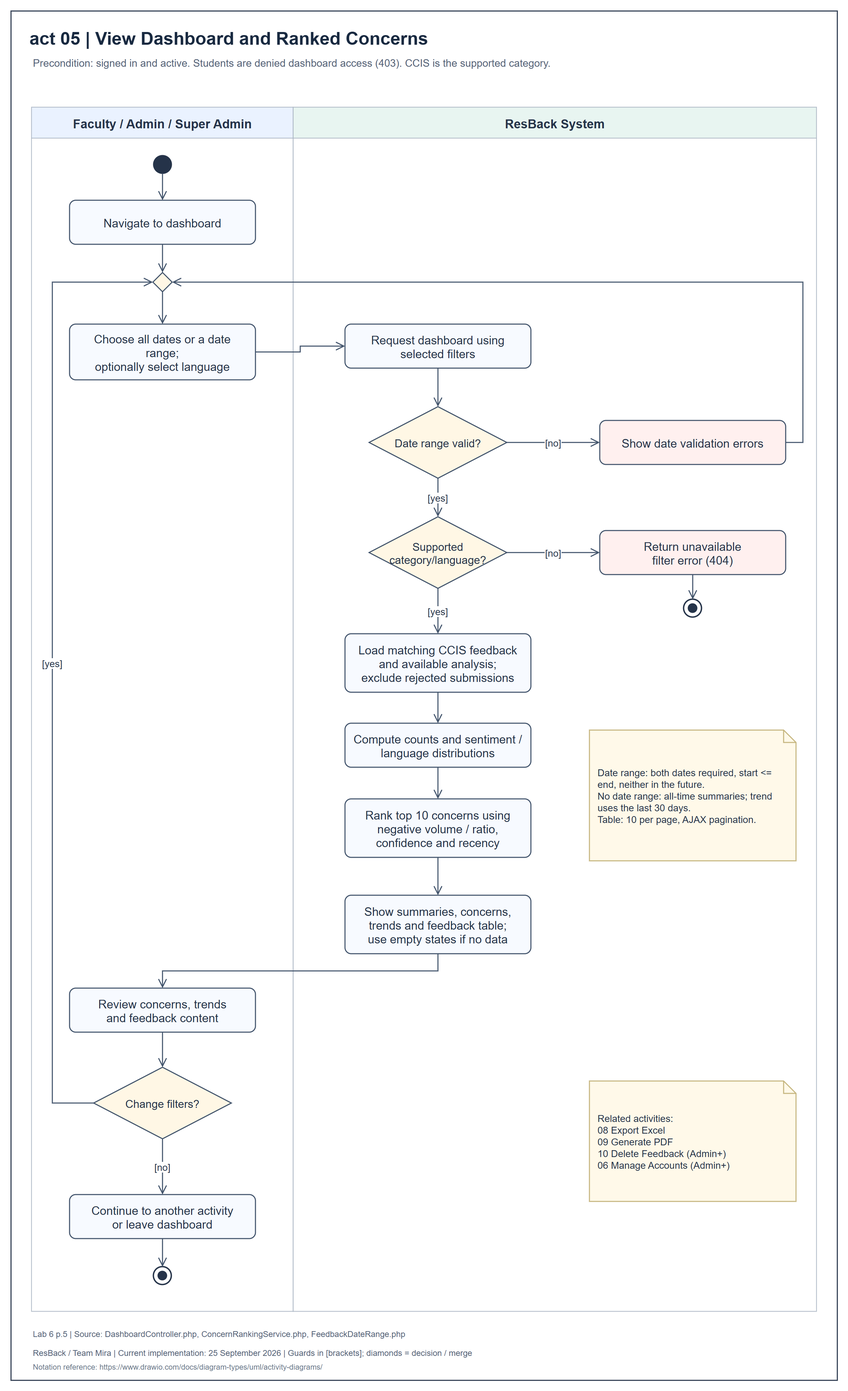
Earlier version of the draw.io export diagrams/activity/png/05-view-dashboard-and-ranked-concerns.png (Joshua12393/resback-system). Source tidied: cells renumbered, new cells last; positions are measured from the earlier drawing's top-left corner, leaving out a move shared by most shapes.
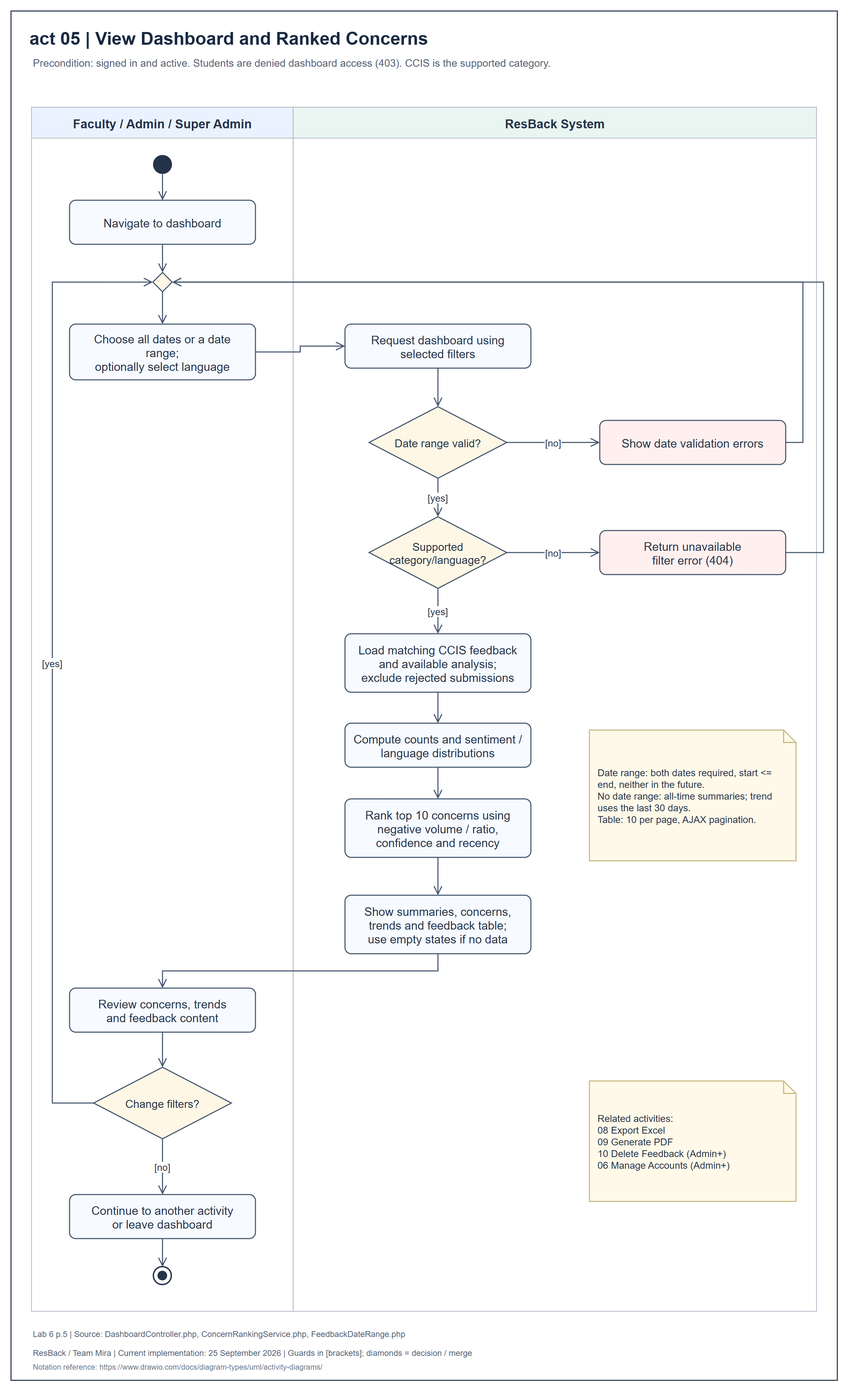
The same diagram one commit later.

What changed in the source:
```diff
@@ -53,12 +53,6 @@
     <mxCell id="18" value="Return unavailable&#10;filter error (404)" style="fontFamily=Arial;html=0;fontColor=#253349;whiteSpace=wrap;align=center;verticalAlign=middle;spacing=8;fontSize=17;strokeColor=#40526a;strokeWidth=1.5;rounded=1;arcSize=18;absoluteArcSize=1;fillColor=#fff0ef;" parent="6" vertex="1">
       <mxGeometry x="445" y="615" width="270" height="64" as="geometry" />
     </mxCell>
-    <mxCell id="19" style="fontFamily=Arial;html=0;fontColor=#253349;whiteSpace=wrap;align=center;verticalAlign=middle;spacing=8;fontSize=17;strokeColor=#40526a;strokeWidth=1.5;shape=ellipse;fillColor=#ffffff;strokeColor=#253349;strokeWidth=2;" parent="6" vertex="1">
-      <mxGeometry x="567" y="715" width="26" height="26" as="geometry" />
-    </mxCell>
-    <mxCell id="20" style="fontFamily=Arial;html=0;fontColor=#253349;shape=ellipse;fillColor=#253349;strokeColor=none;" parent="6" vertex="1">
-      <mxGeometry x="573" y="721" width="14" height="14" as="geometry" />
-    </mxCell>
     <mxCell id="21" value="Load matching CCIS feedback&#10;and available analysis;&#10;exclude rejected submissions" style="fontFamily=Arial;html=0;fontColor=#253349;whiteSpace=wrap;align=center;verticalAlign=middle;spacing=8;fontSize=17;strokeColor=#40526a;strokeWidth=1.5;rounded=1;arcSize=18;absoluteArcSize=1;fillColor=#f7faff;" parent="6" vertex="1">
       <mxGeometry x="75" y="765" width="270" height="85" as="geometry" />
     </mxCell>
@@ -129,9 +123,6 @@
     <mxCell id="40" value="[no]" style="edgeStyle=none;rounded=0;html=0;endArrow=open;endFill=0;endSize=10;strokeColor=#40526a;strokeWidth=1.5;fontSize=14;fontFamily=Arial;fontColor=#253349;labelBackgroundColor=#ffffff;exitX=1;exitY=0.5;entryX=0;entryY=0.5;exitPerimeter=0;entryPerimeter=0;" parent="1" edge="1" source="17" target="18">
       <mxGeometry relative="1" as="geometry" />
     </mxCell>
-    <mxCell id="41" style="edgeStyle=none;rounded=0;html=0;endArrow=open;endFill=0;endSize=10;strokeColor=#40526a;strokeWidth=1.5;fontSize=14;fontFamily=Arial;fontColor=#253349;labelBackgroundColor=#ffffff;exitX=0.5;exitY=1;entryX=0.5;entryY=0;exitPerimeter=0;entryPerimeter=0;" parent="1" edge="1" source="18" target="19">
-      <mxGeometry relative="1" as="geometry" />
-    </mxCell>
     <mxCell id="42" value="[yes]" style="edgeStyle=none;rounded=0;html=0;endArrow=open;endFill=0;endSize=10;strokeColor=#40526a;strokeWidth=1.5;fontSize=14;fontFamily=Arial;fontColor=#253349;labelBackgroundColor=#ffffff;exitX=0.5;exitY=1;entryX=0.5;entryY=0;exitPerimeter=0;entryPerimeter=0;" parent="1" edge="1" source="17" target="21">
       <mxGeometry relative="1" as="geometry" />
     </mxCell>
@@ -169,5 +160,13 @@
     <mxCell id="50" style="edgeStyle=none;rounded=0;html=0;endArrow=open;endFill=0;endSize=10;strokeColor=#40526a;strokeWidth=1.5;fontSize=14;fontFamily=Arial;fontColor=#253349;labelBackgroundColor=#ffffff;exitX=0.5;exitY=1;entryX=0.5;entryY=0;exitPerimeter=0;entryPerimeter=0;" parent="1" edge="1" source="27" target="28">
       <mxGeometry relative="1" as="geometry" />
     </mxCell>
+    <mxCell id="51" style="edgeStyle=none;rounded=0;html=0;endArrow=open;endFill=0;endSize=10;strokeColor=#40526a;strokeWidth=1.5;fontSize=14;fontFamily=Arial;fontColor=#253349;labelBackgroundColor=#ffffff;exitX=1;exitY=0.5;entryX=1;entryY=0.5;exitPerimeter=0;entryPerimeter=0;" parent="1" edge="1" source="18" target="12">
+      <mxGeometry relative="1" as="geometry">
+        <Array as="points">
+          <mxPoint x="1180" y="787" />
+          <mxPoint x="1180" y="394" />
+        </Array>
+      </mxGeometry>
+    </mxCell>
   </root>
 </mxGraphModel>
```
